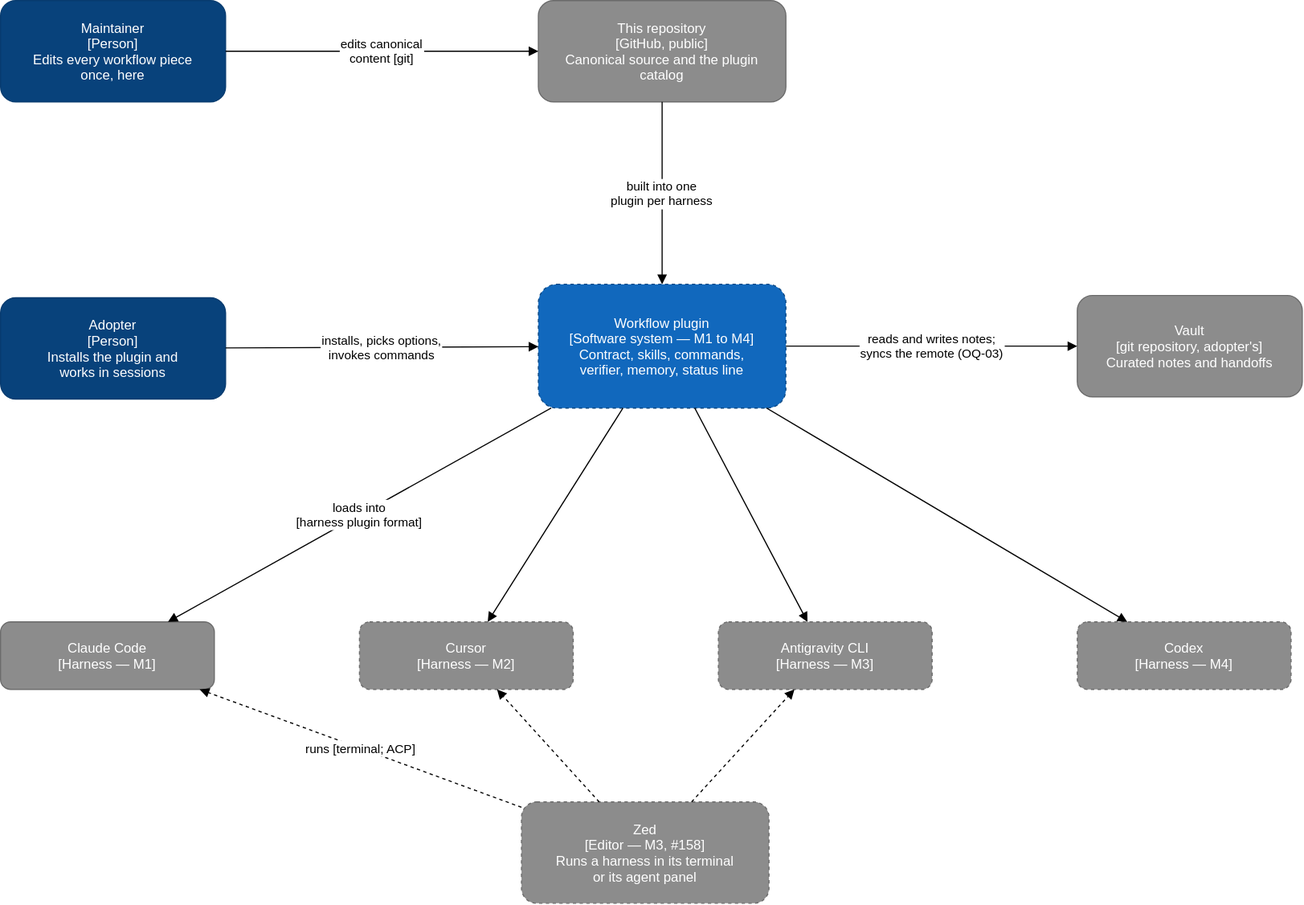
Above: docs/architecture/diagrams/context.drawio.svg in ATNexusLab/tightship (draw.io), before the change. Source tidied: cells renumbered, new cells last; positions are measured from the earlier drawing's top-left corner, leaving out a move shared by most shapes.
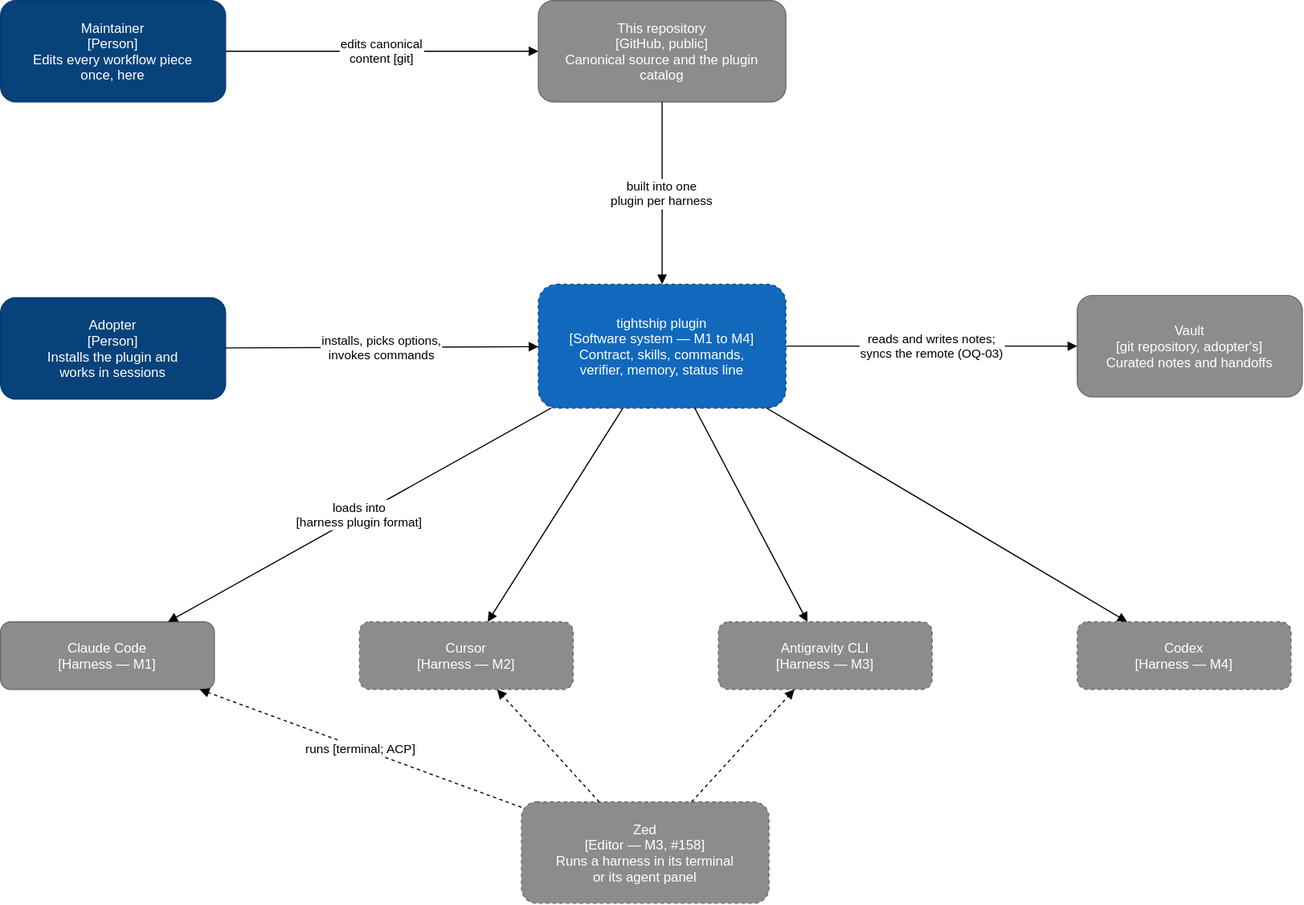
The same diagram one commit later.

Commit message:
docs: name the plugin tightship in the diagrams

Change to the diagram source:
```diff
@@ -11,7 +11,7 @@
     <mxCell id="4" value="This repository&#10;[GitHub, public]&#10;Canonical source and the plugin&#10;catalog" style="rounded=1;fillColor=#8c8c8c;fontColor=#ffffff;strokeColor=#6b6b6b;fontSize=12;html=0;" parent="1" vertex="1">
       <mxGeometry x="478" width="220" height="90" as="geometry" />
     </mxCell>
-    <mxCell id="5" value="Workflow plugin&#10;[Software system — M1 to M4]&#10;Contract, skills, commands,&#10;verifier, memory, status line" style="rounded=1;fillColor=#1168bd;fontColor=#ffffff;strokeColor=#0b4884;fontSize=12;dashed=1;html=0;" parent="1" vertex="1">
+    <mxCell id="5" value="tightship plugin&#10;[Software system — M1 to M4]&#10;Contract, skills, commands,&#10;verifier, memory, status line" style="rounded=1;fillColor=#1168bd;fontColor=#ffffff;strokeColor=#0b4884;fontSize=12;dashed=1;html=0;" parent="1" vertex="1">
       <mxGeometry x="478" y="252" width="220" height="110" as="geometry" />
     </mxCell>
     <mxCell id="6" value="Claude Code&#10;[Harness — M1]" style="rounded=1;fillColor=#8c8c8c;fontColor=#ffffff;strokeColor=#6b6b6b;fontSize=12;html=0;" parent="1" vertex="1">
```
